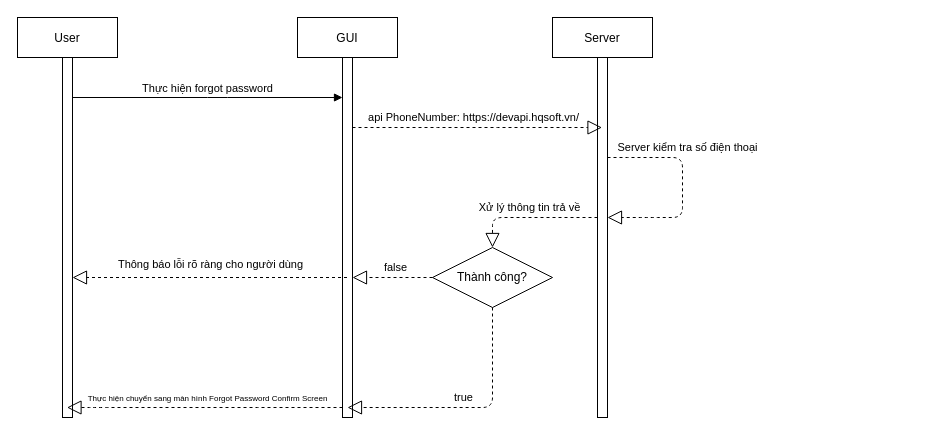
Before: page "FPScreen" (1 of 3) of ForgotPassword Sequence Diagram.drawio in Alars99/diagram, a draw.io diagram. Source tidied: cells renumbered, new cells numbered last; positions are measured from the earlier drawing's top-left corner, leaving out a move shared by most shapes. Both pictures are drawn from the tidied source at 100%, with x=0, y=0 at pixel (17, 17).
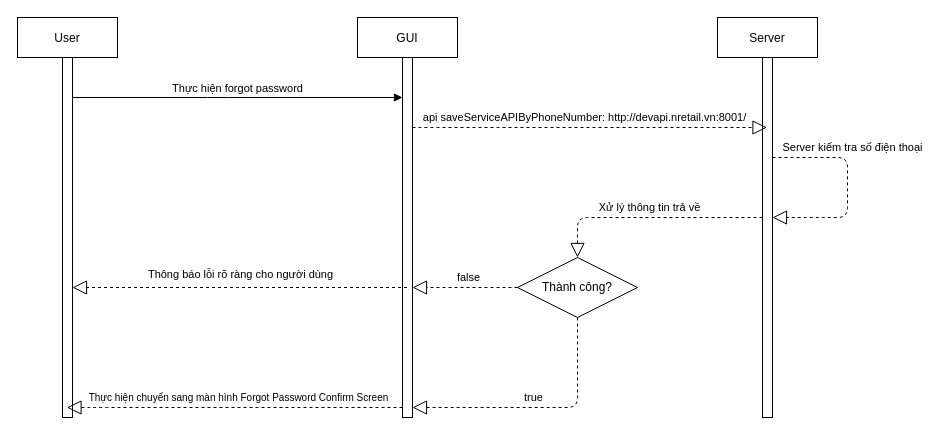
After the change.

The change refers to these unchanged cells:
```xml
<mxCell id="2" value="User" style="shape=umlLifeline;perimeter=lifelinePerimeter;rounded=0;shadow=0;strokeWidth=1;" parent="1" vertex="1">
  <mxGeometry width="100" height="400" as="geometry" />
</mxCell>
<mxCell id="3" style="points=[];perimeter=orthogonalPerimeter;rounded=0;shadow=0;strokeWidth=1;" parent="2" vertex="1">
  <mxGeometry x="45" y="40" width="10" height="360" as="geometry" />
</mxCell>
<mxCell id="5" style="points=[];perimeter=orthogonalPerimeter;rounded=0;shadow=0;strokeWidth=1;" parent="4" vertex="1">
  <mxGeometry x="45" y="40" width="10" height="360" as="geometry" />
</mxCell>
<mxCell id="7" style="points=[];perimeter=orthogonalPerimeter;rounded=0;shadow=0;strokeWidth=1;" parent="6" vertex="1">
  <mxGeometry x="45" y="40" width="10" height="360" as="geometry" />
</mxCell>
```

Diff of the diagram source:
```diff
@@
     <mxCell id="4" value="GUI" style="shape=umlLifeline;perimeter=lifelinePerimeter;rounded=0;shadow=0;strokeWidth=1;" parent="1" vertex="1">
-      <mxGeometry x="280" width="100" height="400" as="geometry" />
+      <mxGeometry x="340" width="100" height="400" as="geometry" />
     </mxCell>
@@
     <mxCell id="6" value="Server" style="shape=umlLifeline;perimeter=lifelinePerimeter;rounded=0;shadow=0;strokeWidth=1;" parent="1" vertex="1">
-      <mxGeometry x="535" width="100" height="400" as="geometry" />
+      <mxGeometry x="700" width="100" height="400" as="geometry" />
     </mxCell>
@@
-    <mxCell id="10" value="api PhoneNumber:&amp;nbsp;https://devapi.hqsoft.vn/&lt;br&gt;" style="endArrow=block;dashed=1;endFill=0;endSize=12;html=1;" parent="1" edge="1" source="5" target="6">
+    <mxCell id="10" value="api saveServiceAPIByPhoneNumber:&amp;nbsp;http://devapi.nretail.vn:8001/" style="endArrow=block;dashed=1;endFill=0;endSize=12;html=1;" parent="1" edge="1" source="5" target="6">
       <mxGeometry x="-0.03" y="10" relative="1" as="geometry">
         <Array as="points">
           <mxPoint x="410" y="110" />
           <mxPoint x="490" y="110" />
         </Array>
       </mxGeometry>
     </mxCell>
     <mxCell id="11" value="Thành công?" style="shape=rhombus;perimeter=rhombusPerimeter;whiteSpace=wrap;html=1;align=center;" parent="1" vertex="1">
-      <mxGeometry x="415" y="230" width="120" height="60" as="geometry" />
+      <mxGeometry x="500" y="240" width="120" height="60" as="geometry" />
     </mxCell>
     <mxCell id="12" value="Xử lý thông tin trả về" style="endArrow=block;dashed=1;endFill=0;endSize=12;html=1;entryX=0.5;entryY=0;entryDx=0;entryDy=0;" parent="1" edge="1" source="7" target="11">
       <mxGeometry y="-10" relative="1" as="geometry">
         <Array as="points">
-          <mxPoint x="475" y="200" />
+          <mxPoint x="560" y="200" />
         </Array>
       </mxGeometry>
     </mxCell>
@@
     <mxCell id="14" value="Thông báo lỗi rõ ràng cho người dùng" style="endArrow=block;dashed=1;endFill=0;endSize=12;html=1;" parent="1" edge="1" source="4" target="3">
       <mxGeometry y="-13" relative="1" as="geometry">
         <Array as="points">
-          <mxPoint x="250" y="260" />
+          <mxPoint x="250" y="270" />
+          <mxPoint x="210" y="270" />
         </Array>
       </mxGeometry>
     </mxCell>
-    <mxCell id="15" value="true" style="endArrow=block;dashed=1;endFill=0;endSize=12;html=1;exitX=0.5;exitY=1;exitDx=0;exitDy=0;" parent="1" edge="1" source="11">
+    <mxCell id="15" value="true" style="endArrow=block;dashed=1;endFill=0;endSize=12;html=1;exitX=0.5;exitY=1;exitDx=0;exitDy=0;" parent="1" edge="1" source="11" target="5">
       <mxGeometry x="0.05" y="-10" relative="1" as="geometry">
-        <mxPoint x="330" y="390" as="targetPoint" />
         <Array as="points">
-          <mxPoint x="475" y="390" />
+          <mxPoint x="560" y="390" />
         </Array>
       </mxGeometry>
     </mxCell>
-    <mxCell id="16" value="&lt;font style=&quot;font-size: 8px&quot;&gt;Thực hiện chuyển sang màn hình&amp;nbsp;Forgot Password Confirm Screen&lt;/font&gt;" style="endArrow=block;dashed=1;endFill=0;endSize=12;html=1;" parent="1" edge="1" source="5" target="2">
+    <mxCell id="16" value="&lt;font style=&quot;font-size: 10px&quot;&gt;Thực hiện chuyển sang màn hình&amp;nbsp;Forgot Password Confirm Screen&lt;/font&gt;" style="endArrow=block;dashed=1;endFill=0;endSize=12;html=1;" parent="1" edge="1" source="5" target="2">
       <mxGeometry x="-0.02" y="-10" relative="1" as="geometry">
         <Array as="points">
           <mxPoint x="230" y="390" />
           <mxPoint x="120" y="390" />
           <mxPoint x="80" y="390" />
         </Array>
       </mxGeometry>
     </mxCell>
```
